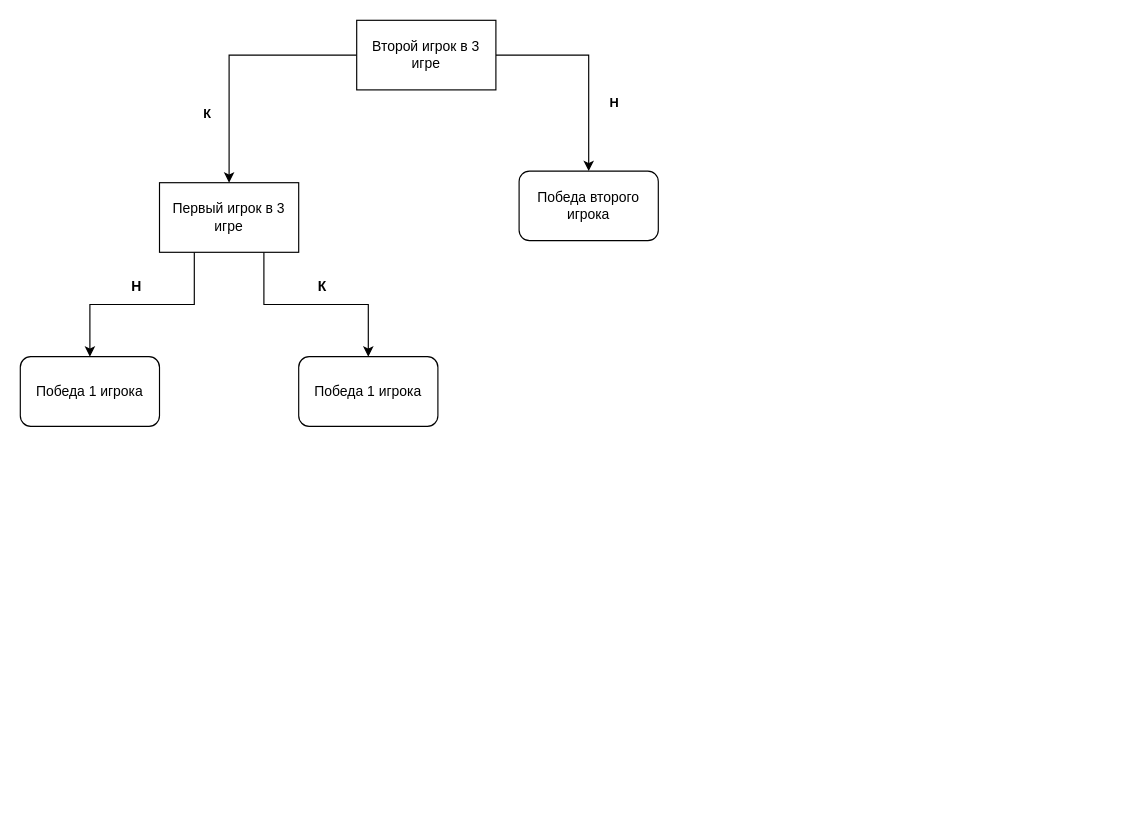
semwett0301/booking-java-back keeps this draw.io diagram as documentation/Untitled Diagram.drawio. Above is the earlier version. Source tidied: cells renumbered, new cells numbered last; positions are measured from the earlier drawing's top-left corner, leaving out a move shared by most shapes. Both pictures are drawn from the tidied source at 116%, with x=0, y=0 at pixel (20, 20).
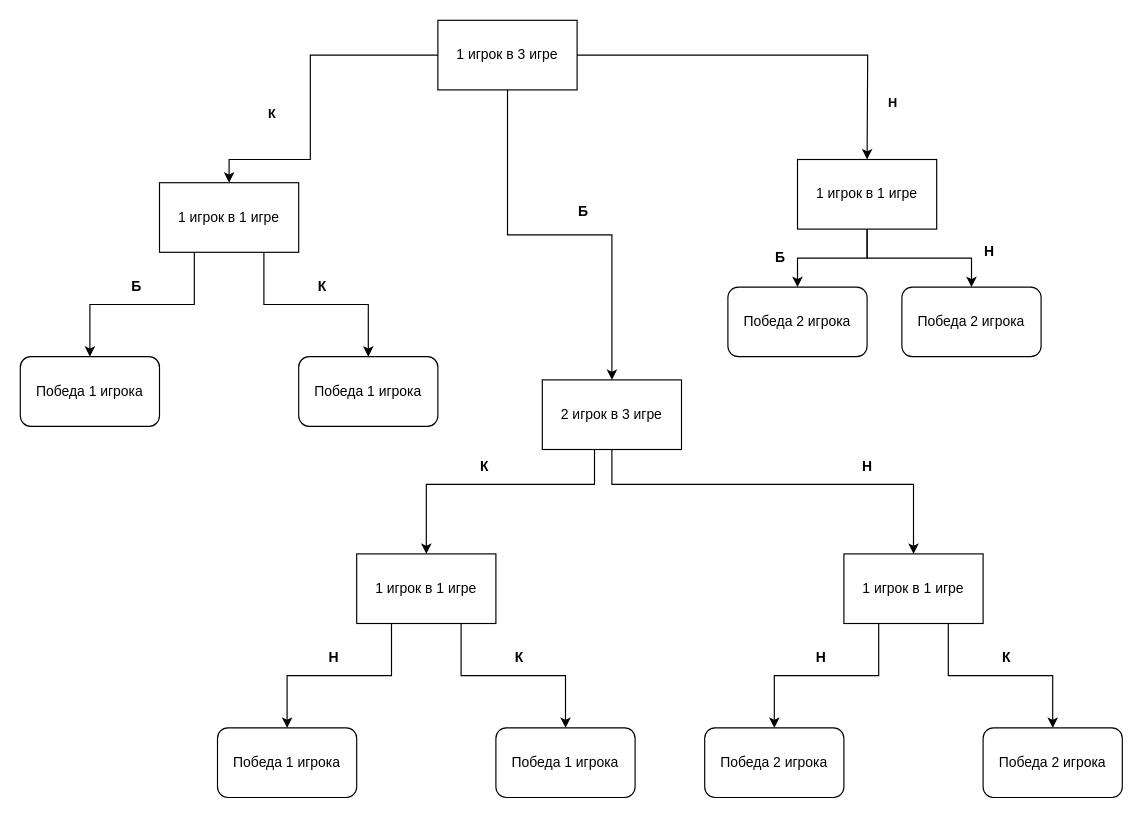
The same diagram, later.

What changed in the source:
```diff
@@
-    <mxCell id="2" style="edgeStyle=orthogonalEdgeStyle;rounded=0;jettySize=auto;html=1;" parent="1" edge="1" source="6" target="10">
-      <mxGeometry relative="1" as="geometry" />
+    <mxCell id="2" style="edgeStyle=orthogonalEdgeStyle;rounded=0;jettySize=auto;html=1;" parent="1" edge="1" source="6">
+      <mxGeometry relative="1" as="geometry">
+        <mxPoint x="730" y="120" as="targetPoint" />
+      </mxGeometry>
     </mxCell>
     <mxCell id="3" value="&lt;b&gt;Н&lt;/b&gt;" style="edgeLabel;html=1;align=center;verticalAlign=middle;" parent="2" vertex="1">
       <mxGeometry x="-0.37" y="-1" relative="1" as="geometry">
-        <mxPoint x="44" y="39" as="offset" />
+        <mxPoint x="164" y="39" as="offset" />
       </mxGeometry>
     </mxCell>
     <mxCell id="4" style="edgeStyle=orthogonalEdgeStyle;rounded=0;jettySize=auto;html=1;" parent="1" edge="1" source="6" target="9">
       <mxGeometry relative="1" as="geometry">
         <Array as="points">
-          <mxPoint x="180" y="30" />
+          <mxPoint x="250" y="30" />
+          <mxPoint x="250" y="120" />
+          <mxPoint x="180" y="120" />
         </Array>
       </mxGeometry>
     </mxCell>
@@
+    <mxCell id="15" style="edgeStyle=orthogonalEdgeStyle;rounded=0;jettySize=auto;html=1;entryX=0.5;entryY=0;entryDx=0;entryDy=0;" parent="1" edge="1" source="6" target="21">
+      <mxGeometry relative="1" as="geometry" />
+    </mxCell>
-    <mxCell id="6" value="Второй игрок в 3 игре" style="rounded=0;whiteSpace=wrap;html=1;" parent="1" vertex="1">
-      <mxGeometry x="290" width="120" height="60" as="geometry" />
+    <mxCell id="6" value="1 игрок в 3 игре" style="rounded=0;whiteSpace=wrap;html=1;" parent="1" vertex="1">
+      <mxGeometry x="360" width="120" height="60" as="geometry" />
     </mxCell>
@@
-    <mxCell id="9" value="Первый игрок в 3 игре" style="rounded=0;whiteSpace=wrap;html=1;" parent="1" vertex="1">
+    <mxCell id="9" value="1 игрок в 1 игре" style="rounded=0;whiteSpace=wrap;html=1;" parent="1" vertex="1">
       <mxGeometry x="120" y="140" width="120" height="60" as="geometry" />
     </mxCell>
-    <mxCell id="10" value="Победа второго игрока" style="rounded=1;whiteSpace=wrap;html=1;" parent="1" vertex="1">
-      <mxGeometry x="430" y="130" width="120" height="60" as="geometry" />
-    </mxCell>
@@
-    <mxCell id="14" value="Н" style="text;html=1;align=center;verticalAlign=middle;strokeColor=none;fillColor=none;fontStyle=1;" parent="1" vertex="1">
+    <mxCell id="14" value="Б" style="text;html=1;align=center;verticalAlign=middle;strokeColor=none;fillColor=none;fontStyle=1;" parent="1" vertex="1">
       <mxGeometry x="85" y="215" width="30" height="30" as="geometry" />
     </mxCell>
+    <mxCell id="16" style="edgeStyle=orthogonalEdgeStyle;rounded=0;jettySize=auto;html=1;entryX=0.5;entryY=0;entryDx=0;entryDy=0;" parent="1" edge="1" source="18" target="23">
+      <mxGeometry relative="1" as="geometry" />
+    </mxCell>
+    <mxCell id="17" style="edgeStyle=orthogonalEdgeStyle;rounded=0;jettySize=auto;html=1;" parent="1" edge="1" source="18" target="24">
+      <mxGeometry relative="1" as="geometry" />
+    </mxCell>
+    <mxCell id="18" value="1 игрок в 1 игре" style="rounded=0;whiteSpace=wrap;html=1;" parent="1" vertex="1">
+      <mxGeometry x="670" y="120" width="120" height="60" as="geometry" />
+    </mxCell>
+    <mxCell id="19" style="edgeStyle=orthogonalEdgeStyle;rounded=0;jettySize=auto;html=1;entryX=0.5;entryY=0;entryDx=0;entryDy=0;" parent="1" edge="1" target="29">
+      <mxGeometry relative="1" as="geometry">
+        <mxPoint x="495" y="370" as="sourcePoint" />
+        <Array as="points">
+          <mxPoint x="495" y="400" />
+          <mxPoint x="350" y="400" />
+        </Array>
+      </mxGeometry>
+    </mxCell>
+    <mxCell id="20" style="edgeStyle=orthogonalEdgeStyle;rounded=0;jettySize=auto;html=1;exitX=0.5;exitY=1;exitDx=0;exitDy=0;" parent="1" edge="1" source="21" target="36">
+      <mxGeometry relative="1" as="geometry">
+        <Array as="points">
+          <mxPoint x="510" y="400" />
+          <mxPoint x="770" y="400" />
+        </Array>
+      </mxGeometry>
+    </mxCell>
+    <mxCell id="21" value="2 игрок в 3 игре" style="rounded=0;whiteSpace=wrap;html=1;" parent="1" vertex="1">
+      <mxGeometry x="450" y="310" width="120" height="60" as="geometry" />
+    </mxCell>
+    <mxCell id="22" value="Б" style="text;html=1;align=center;verticalAlign=middle;strokeColor=none;fillColor=none;fontStyle=1;" parent="1" vertex="1">
+      <mxGeometry x="470" y="150" width="30" height="30" as="geometry" />
+    </mxCell>
+    <mxCell id="23" value="Победа 2 игрока" style="rounded=1;whiteSpace=wrap;html=1;" parent="1" vertex="1">
+      <mxGeometry x="610" y="230" width="120" height="60" as="geometry" />
+    </mxCell>
+    <mxCell id="24" value="Победа 2 игрока" style="rounded=1;whiteSpace=wrap;html=1;" parent="1" vertex="1">
+      <mxGeometry x="760" y="230" width="120" height="60" as="geometry" />
+    </mxCell>
+    <mxCell id="25" value="&lt;b&gt;Н&lt;/b&gt;" style="text;html=1;align=center;verticalAlign=middle;strokeColor=none;fillColor=none;" parent="1" vertex="1">
+      <mxGeometry x="820" y="185" width="30" height="30" as="geometry" />
+    </mxCell>
+    <mxCell id="26" value="&lt;b&gt;Б&lt;/b&gt;" style="text;html=1;align=center;verticalAlign=middle;strokeColor=none;fillColor=none;" parent="1" vertex="1">
+      <mxGeometry x="640" y="190" width="30" height="30" as="geometry" />
+    </mxCell>
+    <mxCell id="27" style="edgeStyle=orthogonalEdgeStyle;rounded=0;jettySize=auto;html=1;exitX=0.25;exitY=1;exitDx=0;exitDy=0;" parent="1" edge="1" source="29" target="31">
+      <mxGeometry relative="1" as="geometry" />
+    </mxCell>
+    <mxCell id="28" style="edgeStyle=orthogonalEdgeStyle;rounded=0;jettySize=auto;html=1;exitX=0.75;exitY=1;exitDx=0;exitDy=0;" parent="1" edge="1" source="29" target="30">
+      <mxGeometry relative="1" as="geometry" />
+    </mxCell>
+    <mxCell id="29" value="1 игрок в 1 игре" style="rounded=0;whiteSpace=wrap;html=1;" parent="1" vertex="1">
+      <mxGeometry x="290" y="460" width="120" height="60" as="geometry" />
+    </mxCell>
+    <mxCell id="30" value="Победа 1 игрока" style="rounded=1;whiteSpace=wrap;html=1;" parent="1" vertex="1">
+      <mxGeometry x="410" y="610" width="120" height="60" as="geometry" />
+    </mxCell>
+    <mxCell id="31" value="Победа 1 игрока" style="rounded=1;whiteSpace=wrap;html=1;" parent="1" vertex="1">
+      <mxGeometry x="170" y="610" width="120" height="60" as="geometry" />
+    </mxCell>
+    <mxCell id="32" value="&lt;b&gt;К&lt;/b&gt;" style="text;html=1;align=center;verticalAlign=middle;strokeColor=none;fillColor=none;" parent="1" vertex="1">
+      <mxGeometry x="415" y="535" width="30" height="30" as="geometry" />
+    </mxCell>
+    <mxCell id="33" value="Н" style="text;html=1;align=center;verticalAlign=middle;strokeColor=none;fillColor=none;fontStyle=1;" parent="1" vertex="1">
+      <mxGeometry x="255" y="535" width="30" height="30" as="geometry" />
+    </mxCell>
+    <mxCell id="34" style="edgeStyle=orthogonalEdgeStyle;rounded=0;jettySize=auto;html=1;exitX=0.25;exitY=1;exitDx=0;exitDy=0;" parent="1" edge="1" source="36" target="38">
+      <mxGeometry relative="1" as="geometry" />
+    </mxCell>
+    <mxCell id="35" style="edgeStyle=orthogonalEdgeStyle;rounded=0;jettySize=auto;html=1;exitX=0.75;exitY=1;exitDx=0;exitDy=0;" parent="1" edge="1" source="36" target="37">
+      <mxGeometry relative="1" as="geometry" />
+    </mxCell>
+    <mxCell id="36" value="1 игрок в 1 игре" style="rounded=0;whiteSpace=wrap;html=1;" parent="1" vertex="1">
+      <mxGeometry x="710" y="460" width="120" height="60" as="geometry" />
+    </mxCell>
+    <mxCell id="37" value="Победа 2 игрока" style="rounded=1;whiteSpace=wrap;html=1;" parent="1" vertex="1">
+      <mxGeometry x="830" y="610" width="120" height="60" as="geometry" />
+    </mxCell>
+    <mxCell id="38" value="Победа 2 игрока" style="rounded=1;whiteSpace=wrap;html=1;" parent="1" vertex="1">
+      <mxGeometry x="590" y="610" width="120" height="60" as="geometry" />
+    </mxCell>
+    <mxCell id="39" value="&lt;b&gt;К&lt;/b&gt;" style="text;html=1;align=center;verticalAlign=middle;strokeColor=none;fillColor=none;" parent="1" vertex="1">
+      <mxGeometry x="835" y="535" width="30" height="30" as="geometry" />
+    </mxCell>
+    <mxCell id="40" value="Н" style="text;html=1;align=center;verticalAlign=middle;strokeColor=none;fillColor=none;fontStyle=1;" parent="1" vertex="1">
+      <mxGeometry x="675" y="535" width="30" height="30" as="geometry" />
+    </mxCell>
+    <mxCell id="41" value="К" style="text;html=1;align=center;verticalAlign=middle;strokeColor=none;fillColor=none;fontStyle=1;" parent="1" vertex="1">
+      <mxGeometry x="385" y="370" width="30" height="30" as="geometry" />
+    </mxCell>
+    <mxCell id="42" value="Н" style="text;html=1;align=center;verticalAlign=middle;strokeColor=none;fillColor=none;fontStyle=1;" parent="1" vertex="1">
+      <mxGeometry x="715" y="370" width="30" height="30" as="geometry" />
+    </mxCell>
```
